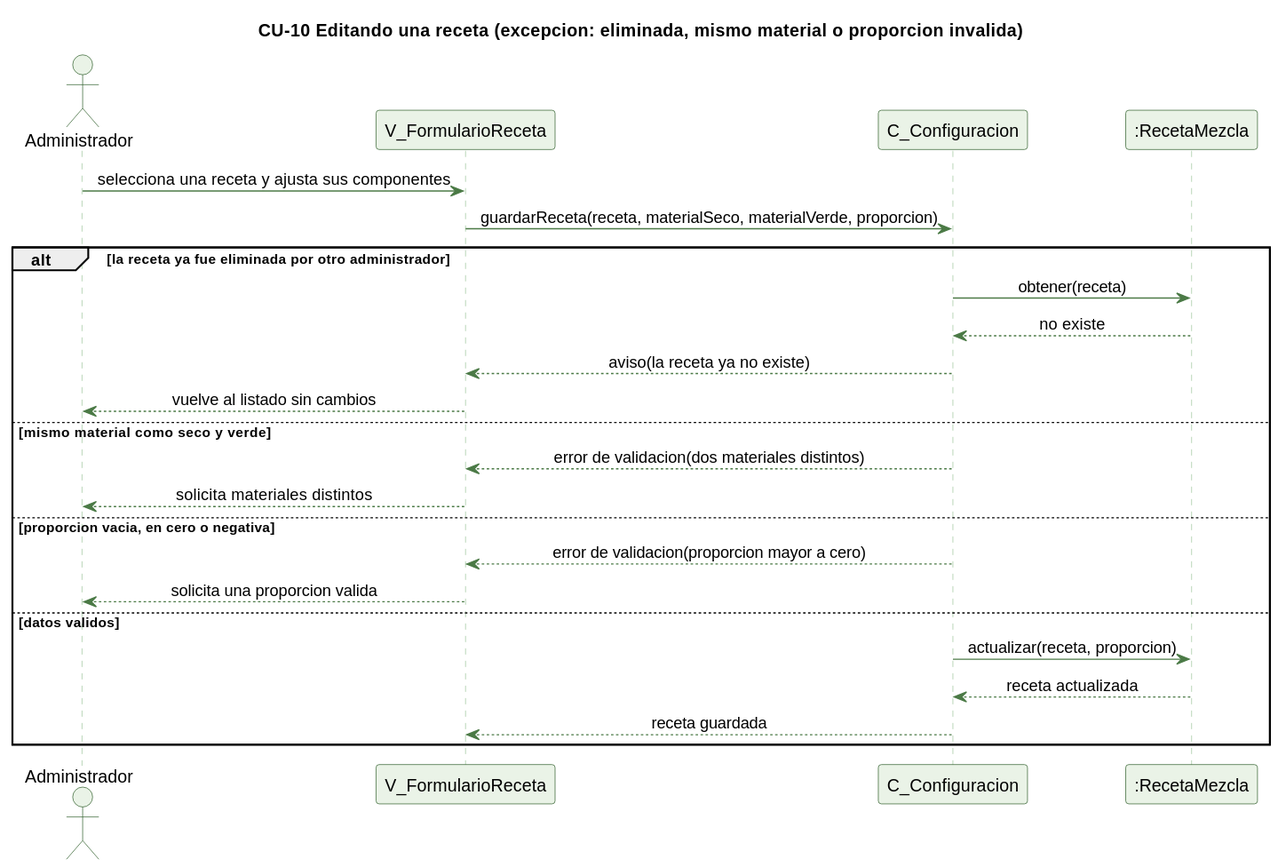
The PlantUML diagram docs/trabajo-grupal/diagramas/secuencias/cu10-receta-mezcla-excepcion.svg in kenjikaese/Triverde, before a commit.
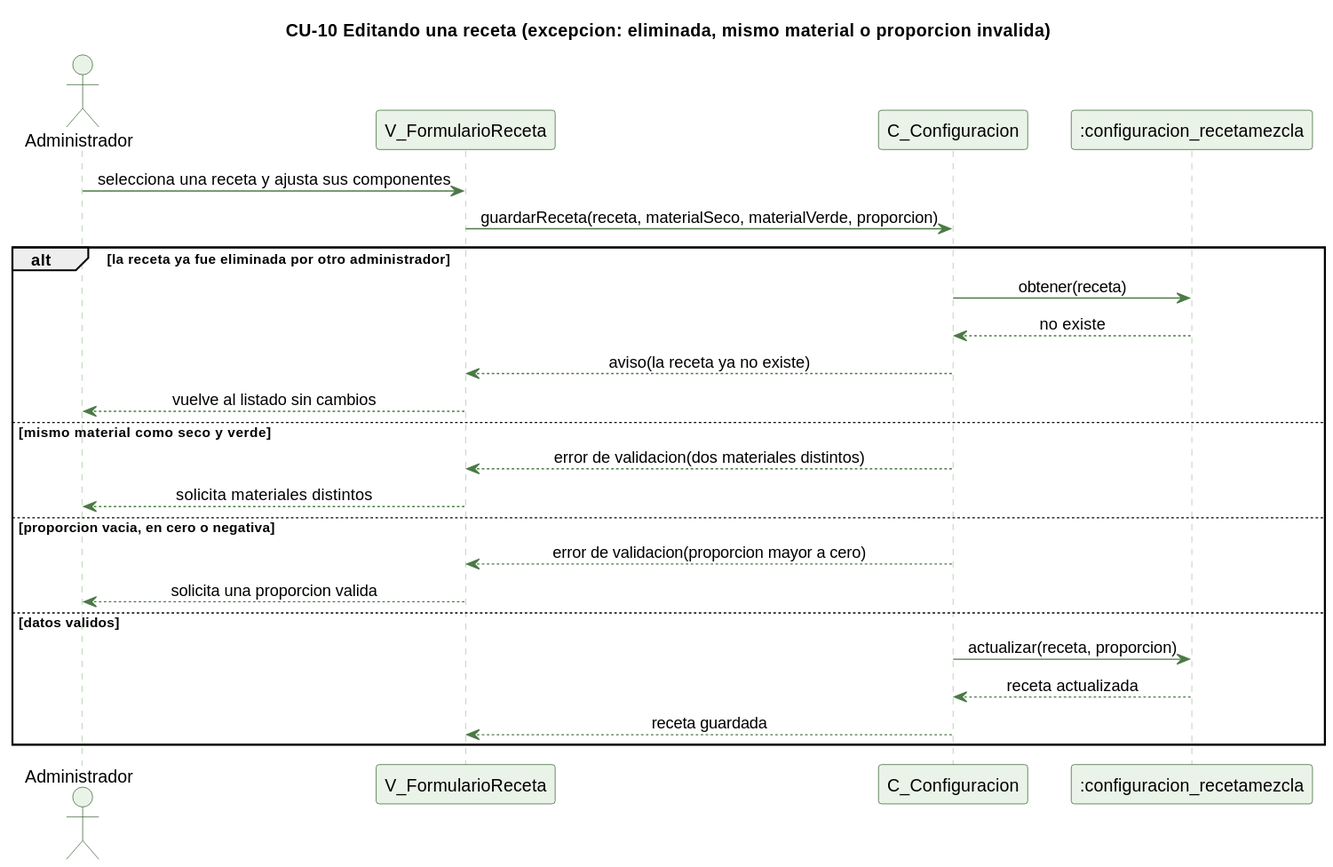
The same file after the commit.

The edit, as a diff of the source:
```diff
@@ -15,7 +15,7 @@
 actor Administrador
 participant "V_FormularioReceta" as V
 participant "C_Configuracion" as C
-participant ":RecetaMezcla" as RM
+participant ":configuracion_recetamezcla" as RM
 
 Administrador -> V : selecciona una receta y ajusta sus componentes
 V -> C : guardarReceta(receta, materialSeco, materialVerde, proporcion)
```
